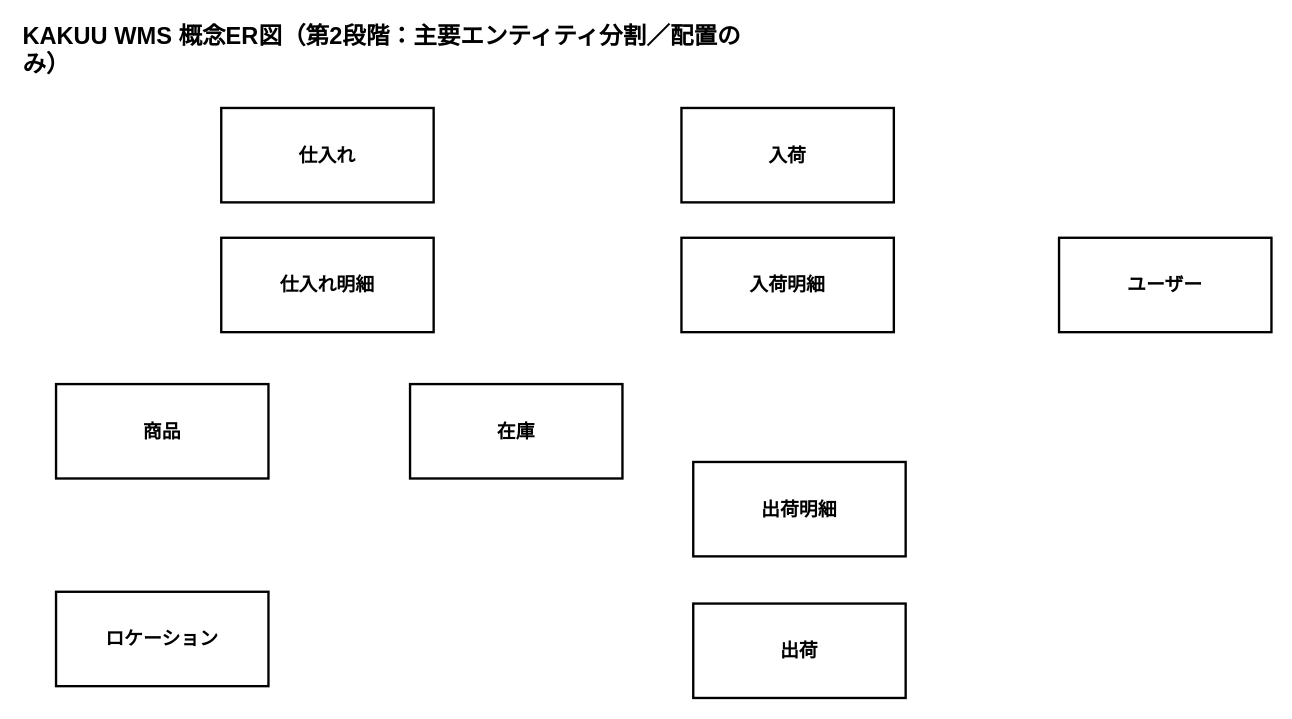
The draw.io diagram docs/3_要件定義/06_概念ER図/ドロー図/KAKUU_WMS_概念ER図_第2段階_配置のみ.drawio in hino-115/kakuu-wms, before the edit. Source tidied: cells renumbered, new cells numbered last; positions are measured from the earlier drawing's top-left corner, leaving out a move shared by most shapes. Both pictures are drawn from the tidied source at 118%, with x=0, y=0 at pixel (20, 25).
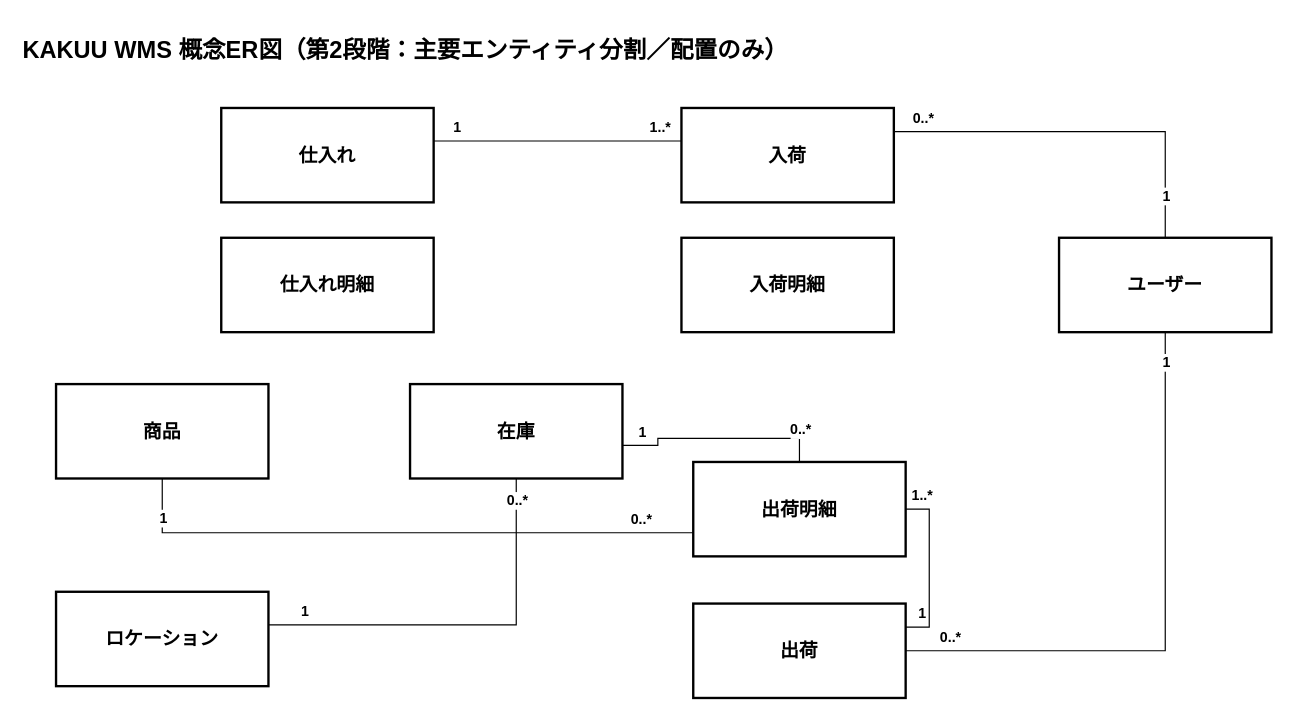
Above is the later version.

Commit message (it also covers changes not shown here):
要件定義_概念ER図更新

概念ER図3段階目を追加

Unchanged cells that the change refers to:
```xml
<mxCell id="3" value="商品" style="rounded=0;whiteSpace=wrap;html=1;fillColor=#ffffff;strokeColor=#000000;strokeWidth=2;fontSize=16;fontStyle=1;align=center;verticalAlign=middle;" parent="1" vertex="1">
  <mxGeometry x="30" y="304" width="180" height="80" as="geometry" />
</mxCell>
<mxCell id="4" value="仕入れ" style="rounded=0;whiteSpace=wrap;html=1;fillColor=#ffffff;strokeColor=#000000;strokeWidth=2;fontSize=16;fontStyle=1;align=center;verticalAlign=middle;" parent="1" vertex="1">
  <mxGeometry x="170" y="70" width="180" height="80" as="geometry" />
</mxCell>
<mxCell id="5" value="入荷" style="rounded=0;whiteSpace=wrap;html=1;fillColor=#ffffff;strokeColor=#000000;strokeWidth=2;fontSize=16;fontStyle=1;align=center;verticalAlign=middle;" parent="1" vertex="1">
  <mxGeometry x="560" y="70" width="180" height="80" as="geometry" />
</mxCell>
<mxCell id="6" value="在庫" style="rounded=0;whiteSpace=wrap;html=1;fillColor=#ffffff;strokeColor=#000000;strokeWidth=2;fontSize=16;fontStyle=1;align=center;verticalAlign=middle;" parent="1" vertex="1">
  <mxGeometry x="330" y="304" width="180" height="80" as="geometry" />
</mxCell>
<mxCell id="7" value="出荷" style="rounded=0;whiteSpace=wrap;html=1;fillColor=#ffffff;strokeColor=#000000;strokeWidth=2;fontSize=16;fontStyle=1;align=center;verticalAlign=middle;" parent="1" vertex="1">
  <mxGeometry x="570" y="490" width="180" height="80" as="geometry" />
</mxCell>
<mxCell id="8" value="ロケーション" style="rounded=0;whiteSpace=wrap;html=1;fillColor=#ffffff;strokeColor=#000000;strokeWidth=2;fontSize=16;fontStyle=1;align=center;verticalAlign=middle;" parent="1" vertex="1">
  <mxGeometry x="30" y="480" width="180" height="80" as="geometry" />
</mxCell>
<mxCell id="9" value="ユーザー" style="rounded=0;whiteSpace=wrap;html=1;fillColor=#ffffff;strokeColor=#000000;strokeWidth=2;fontSize=16;fontStyle=1;align=center;verticalAlign=middle;" parent="1" vertex="1">
  <mxGeometry x="880" y="180" width="180" height="80" as="geometry" />
</mxCell>
<mxCell id="12" value="出荷明細" style="rounded=0;whiteSpace=wrap;html=1;fillColor=#ffffff;strokeColor=#000000;strokeWidth=2;fontSize=16;fontStyle=1;align=center;verticalAlign=middle;" parent="1" vertex="1">
  <mxGeometry x="570" y="370" width="180" height="80" as="geometry" />
</mxCell>
```

What changed in the source:
```diff
@@
     <mxCell id="2" value="KAKUU WMS 概念ER図（第2段階：主要エンティティ分割／配置のみ）" style="text;html=1;strokeColor=none;fillColor=none;align=left;verticalAlign=middle;whiteSpace=wrap;rounded=0;fontSize=20;fontStyle=1;" parent="1" vertex="1">
-      <mxGeometry width="620" height="40" as="geometry" />
+      <mxGeometry width="750" height="40" as="geometry" />
     </mxCell>
@@
+    <mxCell id="13" style="edgeStyle=orthogonalEdgeStyle;rounded=0;jettySize=auto;html=1;endArrow=none;startArrow=none;exitX=1;exitY=0.35;exitDx=0;exitDy=0;entryX=0;entryY=0.35;entryDx=0;entryDy=0;" parent="1" edge="1" source="4" target="5">
+      <mxGeometry relative="1" as="geometry" />
+    </mxCell>
+    <mxCell id="14" value="1" style="edgeLabel;html=1;align=center;verticalAlign=middle;fontSize=12;fontStyle=1;" parent="13" vertex="1">
+      <mxGeometry x="-0.82" relative="1" as="geometry">
+        <mxPoint y="-12" as="offset" />
+      </mxGeometry>
+    </mxCell>
+    <mxCell id="15" value="1..*" style="edgeLabel;html=1;align=center;verticalAlign=middle;fontSize=12;fontStyle=1;" parent="13" vertex="1">
+      <mxGeometry x="0.82" relative="1" as="geometry">
+        <mxPoint y="-12" as="offset" />
+      </mxGeometry>
+    </mxCell>
+    <mxCell id="16" style="edgeStyle=orthogonalEdgeStyle;rounded=0;jettySize=auto;html=1;endArrow=none;startArrow=none;exitX=0.5;exitY=1;exitDx=0;exitDy=0;entryX=0;entryY=0.75;entryDx=0;entryDy=0;" parent="1" edge="1" source="3" target="12">
+      <mxGeometry relative="1" as="geometry" />
+    </mxCell>
+    <mxCell id="17" value="1" style="edgeLabel;html=1;align=center;verticalAlign=middle;fontSize=12;fontStyle=1;" parent="16" vertex="1">
+      <mxGeometry x="-0.82" relative="1" as="geometry">
+        <mxPoint y="-12" as="offset" />
+      </mxGeometry>
+    </mxCell>
+    <mxCell id="18" value="0..*" style="edgeLabel;html=1;align=center;verticalAlign=middle;fontSize=12;fontStyle=1;" parent="16" vertex="1">
+      <mxGeometry x="0.82" relative="1" as="geometry">
+        <mxPoint y="-12" as="offset" />
+      </mxGeometry>
+    </mxCell>
+    <mxCell id="19" style="edgeStyle=orthogonalEdgeStyle;rounded=0;jettySize=auto;html=1;endArrow=none;startArrow=none;exitX=1;exitY=0.25;exitDx=0;exitDy=0;entryX=1;entryY=0.5;entryDx=0;entryDy=0;" parent="1" edge="1" source="7" target="12">
+      <mxGeometry relative="1" as="geometry" />
+    </mxCell>
+    <mxCell id="20" value="1" style="edgeLabel;html=1;align=center;verticalAlign=middle;fontSize=12;fontStyle=1;" parent="19" vertex="1">
+      <mxGeometry x="-0.82" relative="1" as="geometry">
+        <mxPoint y="-12" as="offset" />
+      </mxGeometry>
+    </mxCell>
+    <mxCell id="21" value="1..*" style="edgeLabel;html=1;align=center;verticalAlign=middle;fontSize=12;fontStyle=1;" parent="19" vertex="1">
+      <mxGeometry x="0.82" relative="1" as="geometry">
+        <mxPoint y="-12" as="offset" />
+      </mxGeometry>
+    </mxCell>
+    <mxCell id="22" style="edgeStyle=orthogonalEdgeStyle;rounded=0;jettySize=auto;html=1;endArrow=none;startArrow=none;exitX=1;exitY=0.65;exitDx=0;exitDy=0;entryX=0.5;entryY=0;entryDx=0;entryDy=0;" parent="1" edge="1" source="6" target="12">
+      <mxGeometry relative="1" as="geometry" />
+    </mxCell>
+    <mxCell id="23" value="1" style="edgeLabel;html=1;align=center;verticalAlign=middle;fontSize=12;fontStyle=1;" parent="22" vertex="1">
+      <mxGeometry x="-0.82" relative="1" as="geometry">
+        <mxPoint y="-12" as="offset" />
+      </mxGeometry>
+    </mxCell>
+    <mxCell id="24" value="0..*" style="edgeLabel;html=1;align=center;verticalAlign=middle;fontSize=12;fontStyle=1;" parent="22" vertex="1">
+      <mxGeometry x="0.82" relative="1" as="geometry">
+        <mxPoint y="-12" as="offset" />
+      </mxGeometry>
+    </mxCell>
+    <mxCell id="25" style="edgeStyle=orthogonalEdgeStyle;rounded=0;jettySize=auto;html=1;endArrow=none;startArrow=none;exitX=1;exitY=0.35;exitDx=0;exitDy=0;entryX=0.5;entryY=1;entryDx=0;entryDy=0;" parent="1" edge="1" source="8" target="6">
+      <mxGeometry relative="1" as="geometry" />
+    </mxCell>
+    <mxCell id="26" value="1" style="edgeLabel;html=1;align=center;verticalAlign=middle;fontSize=12;fontStyle=1;" parent="25" vertex="1">
+      <mxGeometry x="-0.82" relative="1" as="geometry">
+        <mxPoint y="-12" as="offset" />
+      </mxGeometry>
+    </mxCell>
+    <mxCell id="27" value="0..*" style="edgeLabel;html=1;align=center;verticalAlign=middle;fontSize=12;fontStyle=1;" parent="25" vertex="1">
+      <mxGeometry x="0.82" relative="1" as="geometry">
+        <mxPoint y="-12" as="offset" />
+      </mxGeometry>
+    </mxCell>
+    <mxCell id="28" style="edgeStyle=orthogonalEdgeStyle;rounded=0;jettySize=auto;html=1;endArrow=none;startArrow=none;exitX=0.5;exitY=0;exitDx=0;exitDy=0;entryX=1;entryY=0.25;entryDx=0;entryDy=0;" parent="1" edge="1" source="9" target="5">
+      <mxGeometry relative="1" as="geometry">
+        <Array as="points">
+          <mxPoint x="970" y="90" />
+        </Array>
+      </mxGeometry>
+    </mxCell>
+    <mxCell id="29" value="1" style="edgeLabel;html=1;align=center;verticalAlign=middle;fontSize=12;fontStyle=1;" parent="28" vertex="1">
+      <mxGeometry x="-0.85" relative="1" as="geometry">
+        <mxPoint y="-12" as="offset" />
+      </mxGeometry>
+    </mxCell>
+    <mxCell id="30" value="0..*" style="edgeLabel;html=1;align=center;verticalAlign=middle;fontSize=12;fontStyle=1;" parent="28" vertex="1">
+      <mxGeometry x="0.85" relative="1" as="geometry">
+        <mxPoint y="-12" as="offset" />
+      </mxGeometry>
+    </mxCell>
+    <mxCell id="31" style="edgeStyle=orthogonalEdgeStyle;rounded=0;jettySize=auto;html=1;endArrow=none;startArrow=none;exitX=0.5;exitY=1;exitDx=0;exitDy=0;entryX=1;entryY=0.5;entryDx=0;entryDy=0;" parent="1" edge="1" source="9" target="7">
+      <mxGeometry relative="1" as="geometry" />
+    </mxCell>
+    <mxCell id="32" value="1" style="edgeLabel;html=1;align=center;verticalAlign=middle;fontSize=12;fontStyle=1;" parent="31" vertex="1">
+      <mxGeometry x="-0.85" relative="1" as="geometry">
+        <mxPoint y="-12" as="offset" />
+      </mxGeometry>
+    </mxCell>
+    <mxCell id="33" value="0..*" style="edgeLabel;html=1;align=center;verticalAlign=middle;fontSize=12;fontStyle=1;" parent="31" vertex="1">
+      <mxGeometry x="0.85" relative="1" as="geometry">
+        <mxPoint y="-12" as="offset" />
+      </mxGeometry>
+    </mxCell>
```
